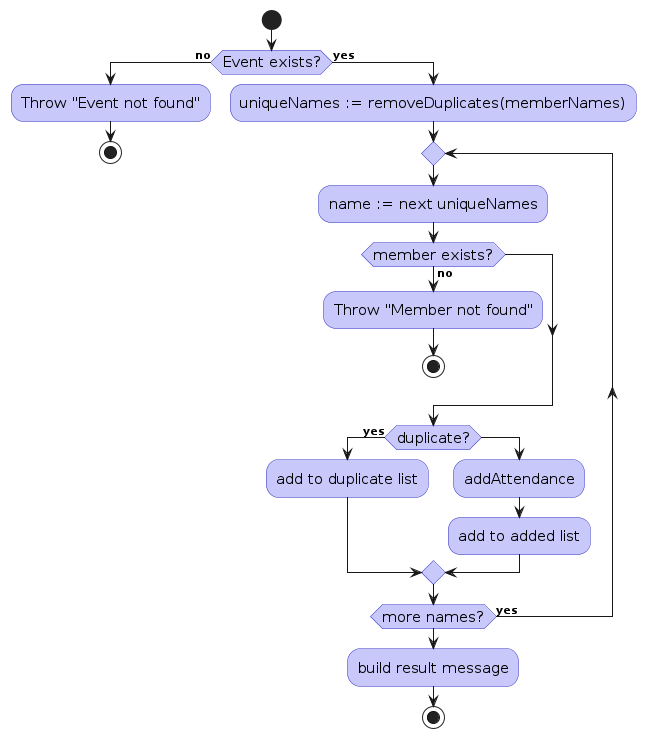
The PlantUML diagram diagrams/AttendanceActivity.png in AY2526S1-CS2103T-T10-3/tp, before a commit. Its source is kept beside it as diagrams/AttendanceActivity.puml. The source it was exported from:
```plantuml
@startuml
!include style.puml
skinparam ActivityBackgroundColor LOGIC_COLOR_T1
skinparam ActivityBorderColor LOGIC_COLOR
skinparam ActivityFontSize 15

start
if (Event exists?) then (no)
  :Throw "Event not found";
  stop
else (yes)
  :uniqueNames := removeDuplicates(memberNames);
  repeat
    :name := next uniqueNames;
    if (member exists?) then (no)
      :Throw "Member not found";
      stop
    endif
    if (duplicate?) then (yes)
      :add to duplicate list;
    else
      :addAttendance;
      :add to added list;
    endif
  repeat while (more names?) is (yes)
  :build result message;
  stop
endif
@enduml
```
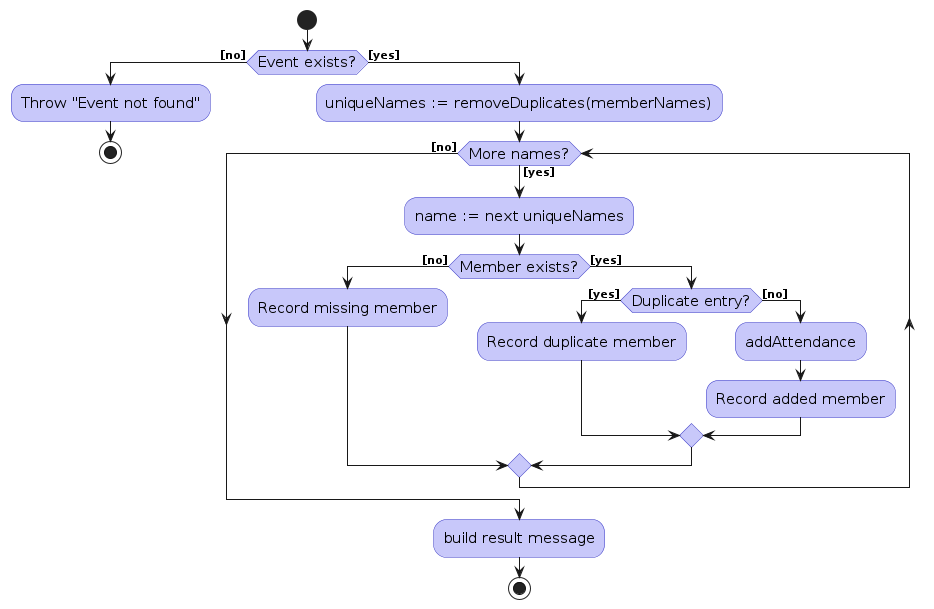
Above is the later version.

Change to the diagram source:
```diff
@@ -5,24 +5,24 @@
 skinparam ActivityFontSize 15
 
 start
-if (Event exists?) then (no)
+if (Event exists?) then ([no])
   :Throw "Event not found";
   stop
-else (yes)
+else ([yes])
   :uniqueNames := removeDuplicates(memberNames);
-  repeat
+  while (More names?) is ([yes])
     :name := next uniqueNames;
-    if (member exists?) then (no)
-      :Throw "Member not found";
-      stop
+    if (Member exists?) then ([no])
+      :Record missing member;
+    else ([yes])
+      if (Duplicate entry?) then ([yes])
+        :Record duplicate member;
+      else ([no])
+        :addAttendance;
+        :Record added member;
+      endif
     endif
-    if (duplicate?) then (yes)
-      :add to duplicate list;
-    else
-      :addAttendance;
-      :add to added list;
-    endif
-  repeat while (more names?) is (yes)
+  endwhile ([no])
   :build result message;
   stop
 endif
```
